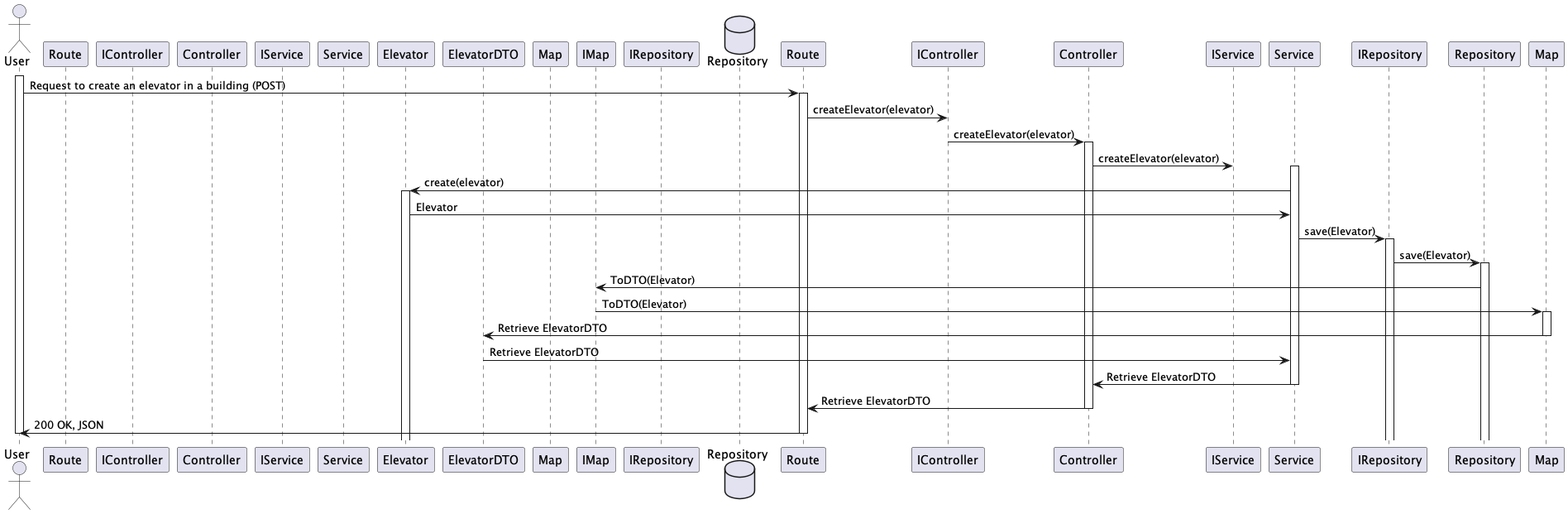
This is docs/1210818/US270/CriarElevadorSD.png from ManuelS2610/sem5pi2324, a PlantUML export, as it was before one commit. The source it was exported from:
```plantuml
@startuml
!define ACTOR class

actor User
participant ElevatorRoute as "Route"
participant IElevatorController as "IController"
participant ElevatorController as "Controller"
participant IElevatorService as "IService"
participant ElevatorService as "Service"
participant Elevator as "Elevator"
participant IElevatorDTO as "ElevatorDTO"
participant ElevatorMap as "Map"
participant IElevatorMap as "IMap"
participant IElevatorRepo as "IRepository"
database ElevatorRepo as "Repository"

activate User
User -> Route : Request to create an elevator in a building (POST)
activate Route
Route -> IController : createElevator(elevator)
IController -> Controller : createElevator(elevator)
activate Controller
Controller -> IService : createElevator(elevator)
activate Service
Service -> Elevator : create(elevator)
activate Elevator
Elevator -> Service : Elevator
Service -> IRepository : save(Elevator)
activate IRepository
IRepository -> Repository : save(Elevator)
activate Repository
Repository -> IElevatorMap : ToDTO(Elevator)
IElevatorMap -> Map : ToDTO(Elevator)
activate Map
Map -> IElevatorDTO : Retrieve ElevatorDTO
deactivate Map
IElevatorDTO -> Service : Retrieve ElevatorDTO
deactivate IElevatorDTO
Service -> Controller : Retrieve ElevatorDTO
deactivate Service
Controller -> Route : Retrieve ElevatorDTO
deactivate Controller
Route -> User : 200 OK, JSON
deactivate Route
deactivate User
@enduml
```
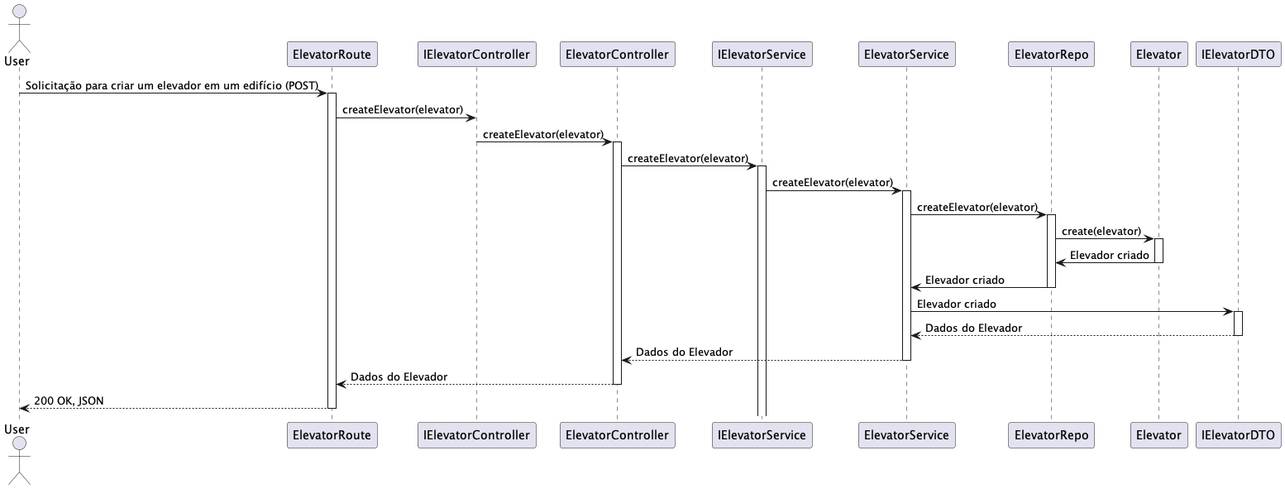
After the commit.

The edit, as a diff of the source:
```diff
@@ -2,45 +2,42 @@
 !define ACTOR class
 
 actor User
-participant ElevatorRoute as "Route"
-participant IElevatorController as "IController"
-participant ElevatorController as "Controller"
-participant IElevatorService as "IService"
-participant ElevatorService as "Service"
-participant Elevator as "Elevator"
-participant IElevatorDTO as "ElevatorDTO"
-participant ElevatorMap as "Map"
-participant IElevatorMap as "IMap"
-participant IElevatorRepo as "IRepository"
-database ElevatorRepo as "Repository"
 
-activate User
-User -> Route : Request to create an elevator in a building (POST)
-activate Route
-Route -> IController : createElevator(elevator)
-IController -> Controller : createElevator(elevator)
-activate Controller
-Controller -> IService : createElevator(elevator)
-activate Service
-Service -> Elevator : create(elevator)
+participant ElevatorRoute
+participant IElevatorController
+participant ElevatorController
+participant IElevatorService
+participant ElevatorService
+participant ElevatorRepo
+participant Elevator
+participant IElevatorDTO
+
+User -> ElevatorRoute: Solicitação para criar um elevador em um edifício (POST)
+activate ElevatorRoute
+ElevatorRoute -> IElevatorController: createElevator(elevator)
+IElevatorController -> ElevatorController: createElevator(elevator)
+activate ElevatorController
+ElevatorController -> IElevatorService: createElevator(elevator)
+activate IElevatorService
+IElevatorService -> ElevatorService: createElevator(elevator)
+activate ElevatorService
+ElevatorService -> ElevatorRepo: createElevator(elevator)
+activate ElevatorRepo
+ElevatorRepo -> Elevator: create(elevator)
 activate Elevator
-Elevator -> Service : Elevator
-Service -> IRepository : save(Elevator)
-activate IRepository
-IRepository -> Repository : save(Elevator)
-activate Repository
-Repository -> IElevatorMap : ToDTO(Elevator)
-IElevatorMap -> Map : ToDTO(Elevator)
-activate Map
-Map -> IElevatorDTO : Retrieve ElevatorDTO
-deactivate Map
-IElevatorDTO -> Service : Retrieve ElevatorDTO
+Elevator -> ElevatorRepo: Elevador criado
+deactivate Elevator
+ElevatorRepo -> ElevatorService: Elevador criado
+deactivate ElevatorRepo
+ElevatorService -> IElevatorDTO: Elevador criado
+activate IElevatorDTO
+IElevatorDTO --> ElevatorService: Dados do Elevador
 deactivate IElevatorDTO
-Service -> Controller : Retrieve ElevatorDTO
-deactivate Service
-Controller -> Route : Retrieve ElevatorDTO
-deactivate Controller
-Route -> User : 200 OK, JSON
-deactivate Route
+ElevatorService --> ElevatorController: Dados do Elevador
+deactivate ElevatorService
+ElevatorController --> ElevatorRoute: Dados do Elevador
+deactivate ElevatorController
+ElevatorRoute --> User: 200 OK, JSON
+deactivate ElevatorRoute
 deactivate User
 @enduml
```
